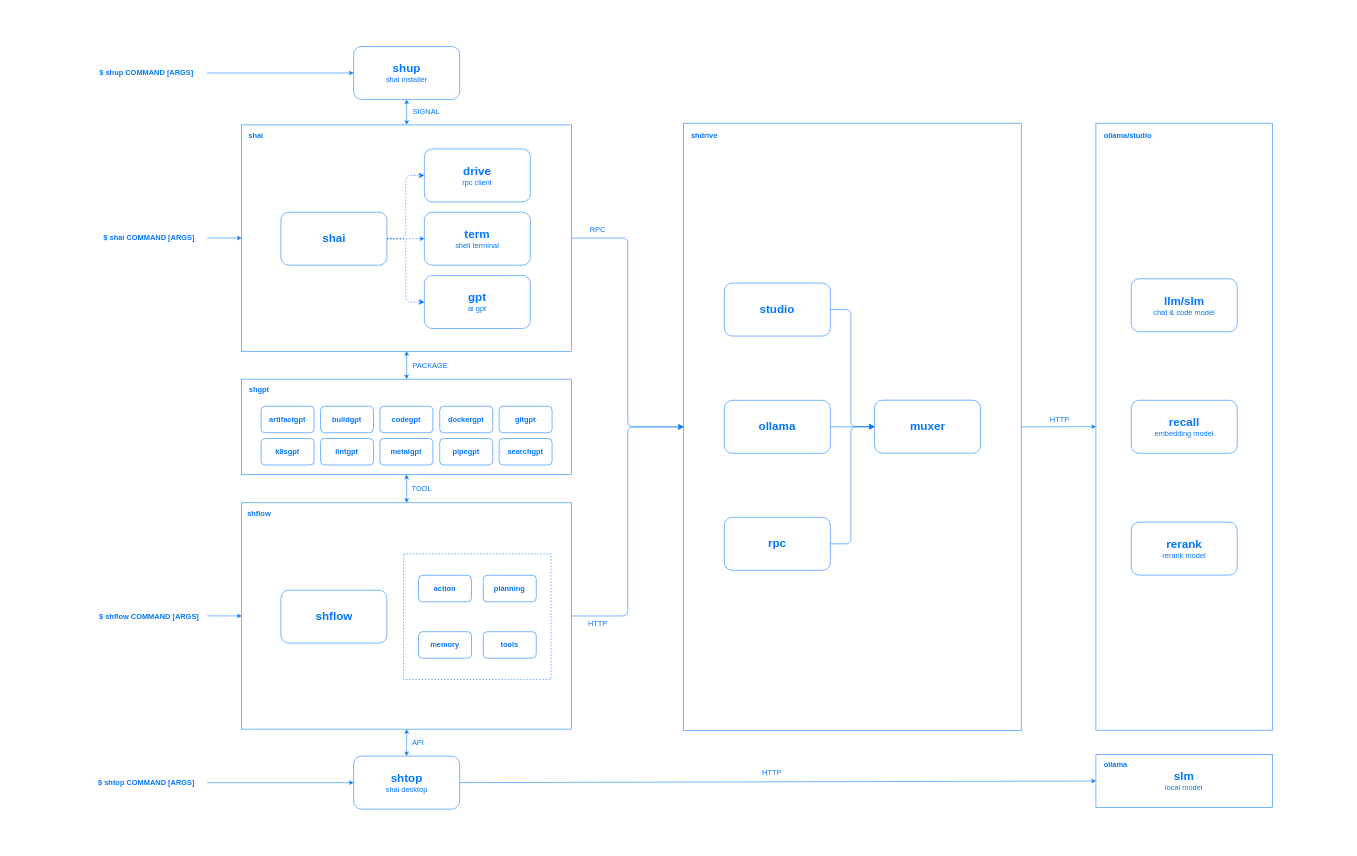
Earlier version of the draw.io diagram arch.drawio (ai-flowx/.github). Source tidied: cells renumbered, new cells numbered last; positions are measured from the earlier drawing's top-left corner, leaving out a move shared by most shapes. Both pictures are drawn from the tidied source at 53%, with x=0, y=0 at pixel (9, 8).
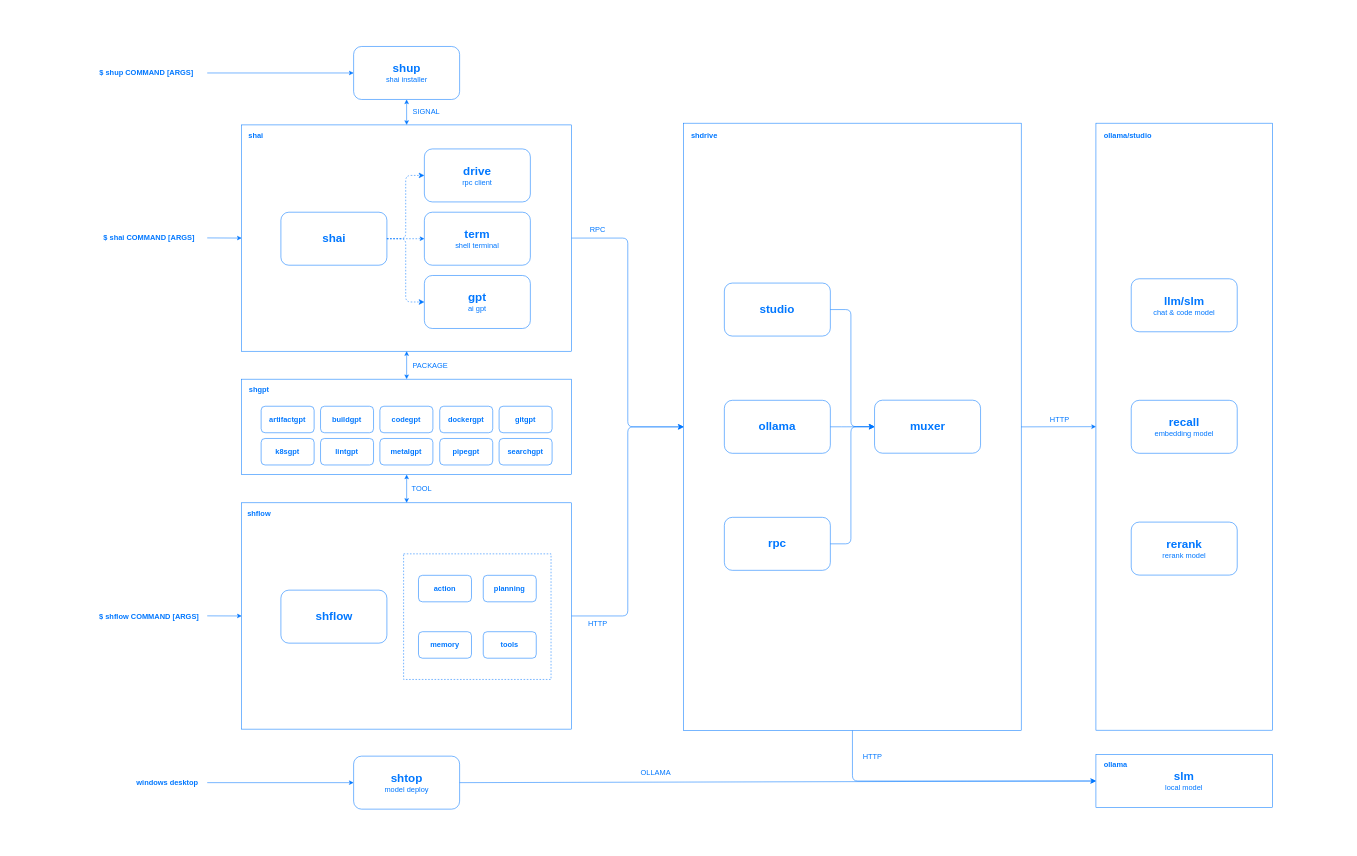
Above is the later version.

The change refers to these unchanged cells:
```xml
<mxCell id="3" style="rounded=0;whiteSpace=wrap;html=1;strokeColor=#0077FF;fontSize=14;fontColor=#0077FF;fillColor=none;" parent="1" vertex="1">
  <mxGeometry x="438.5" y="932.2" width="622.5" height="427" as="geometry" />
</mxCell>
<mxCell id="9" value="&lt;font color=&quot;#0077ff&quot; style=&quot;&quot;&gt;&lt;br&gt;&lt;/font&gt;" style="rounded=0;whiteSpace=wrap;html=1;strokeColor=#0077FF;fillColor=none;shadow=0;" parent="1" vertex="1">
  <mxGeometry x="1272.5" y="215.9" width="636.8" height="1146" as="geometry" />
</mxCell>
<mxCell id="67" value="&lt;span style=&quot;border-color: var(--border-color); color: rgb(0, 119, 255); font-weight: bold; font-size: 22px;&quot;&gt;slm&lt;/span&gt;&lt;br style=&quot;border-color: var(--border-color); color: rgb(0, 119, 255);&quot;&gt;&lt;font style=&quot;border-color: var(--border-color); color: rgb(0, 119, 255); font-size: 14px;&quot;&gt;local model&lt;/font&gt;&lt;font color=&quot;#0077ff&quot; style=&quot;&quot;&gt;&lt;br&gt;&lt;/font&gt;" style="rounded=0;whiteSpace=wrap;html=1;strokeColor=#0077FF;fillColor=none;shadow=0;" parent="1" vertex="1">
  <mxGeometry x="2050.3" y="1407.1" width="333.2" height="100" as="geometry" />
</mxCell>
```

What changed in the source:
```diff
@@
-    <mxCell id="62" value="$&amp;nbsp;shtop COMMAND [ARGS]" style="text;html=1;strokeColor=none;fillColor=none;align=center;verticalAlign=middle;whiteSpace=wrap;rounded=0;fontStyle=1;dashed=1;fontColor=#0077FF;fontSize=14;" parent="1" vertex="1">
-      <mxGeometry x="143.5" y="1437.7" width="230" height="45" as="geometry" />
+    <mxCell id="62" value="windows desktop" style="text;html=1;strokeColor=none;fillColor=none;align=center;verticalAlign=middle;whiteSpace=wrap;rounded=0;fontStyle=1;dashed=1;fontColor=#0077FF;fontSize=14;" parent="1" vertex="1">
+      <mxGeometry x="223" y="1437.7" width="150.5" height="45" as="geometry" />
     </mxCell>
-    <mxCell id="63" value="&lt;font color=&quot;#0077ff&quot; style=&quot;&quot;&gt;&lt;span style=&quot;font-weight: bold; font-size: 22px;&quot;&gt;shtop&lt;/span&gt;&lt;br&gt;&lt;font style=&quot;font-size: 14px;&quot;&gt;shai desktop&lt;/font&gt;&lt;br&gt;&lt;/font&gt;" style="rounded=1;whiteSpace=wrap;html=1;strokeColor=#0077FF;fillColor=none;shadow=0;" parent="1" vertex="1">
+    <mxCell id="63" value="&lt;font color=&quot;#0077ff&quot; style=&quot;&quot;&gt;&lt;span style=&quot;font-weight: bold; font-size: 22px;&quot;&gt;shtop&lt;/span&gt;&lt;br&gt;&lt;font style=&quot;font-size: 14px;&quot;&gt;model deploy&lt;/font&gt;&lt;br&gt;&lt;/font&gt;" style="rounded=1;whiteSpace=wrap;html=1;strokeColor=#0077FF;fillColor=none;shadow=0;" parent="1" vertex="1">
       <mxGeometry x="649.7" y="1410.2" width="200" height="100" as="geometry" />
     </mxCell>
@@
-    <mxCell id="65" style="endArrow=classic;startArrow=classic;html=1;rounded=1;strokeColor=#0077FF;entryX=0.5;entryY=0;entryDx=0;entryDy=0;exitX=0.5;exitY=1;exitDx=0;exitDy=0;" parent="1" edge="1" source="3" target="63">
-      <mxGeometry relative="1" as="geometry" />
-    </mxCell>
-    <mxCell id="66" value="&lt;span style=&quot;color: rgb(0, 119, 255); font-size: 14px;&quot;&gt;API&lt;/span&gt;" style="text;html=1;strokeColor=none;fillColor=none;align=center;verticalAlign=middle;whiteSpace=wrap;rounded=0;" parent="1" vertex="1">
-      <mxGeometry x="750.2" y="1369.1" width="42.8" height="30" as="geometry" />
-    </mxCell>
@@
-    <mxCell id="70" value="&lt;span style=&quot;color: rgb(0, 119, 255); font-size: 14px;&quot;&gt;HTTP&lt;/span&gt;" style="text;html=1;strokeColor=none;fillColor=none;align=center;verticalAlign=middle;whiteSpace=wrap;rounded=0;" parent="1" vertex="1">
-      <mxGeometry x="1402.4" y="1427.1" width="74" height="30" as="geometry" />
+    <mxCell id="70" value="&lt;span style=&quot;color: rgb(0, 119, 255); font-size: 14px;&quot;&gt;OLLAMA&lt;/span&gt;" style="text;html=1;strokeColor=none;fillColor=none;align=center;verticalAlign=middle;whiteSpace=wrap;rounded=0;" parent="1" vertex="1">
+      <mxGeometry x="1183" y="1427.1" width="74" height="30" as="geometry" />
     </mxCell>
@@
+    <mxCell id="74" style="edgeStyle=orthogonalEdgeStyle;endArrow=classic;html=1;rounded=1;endSize=8;startSize=8;exitX=0.5;exitY=1;exitDx=0;exitDy=0;entryX=0;entryY=0.5;entryDx=0;entryDy=0;strokeColor=#0077FF;" parent="1" edge="1" source="9" target="67">
+      <mxGeometry relative="1" as="geometry" />
+    </mxCell>
+    <mxCell id="75" value="&lt;span style=&quot;color: rgb(0, 119, 255); font-size: 14px;&quot;&gt;HTTP&lt;/span&gt;" style="text;html=1;strokeColor=none;fillColor=none;align=center;verticalAlign=middle;whiteSpace=wrap;rounded=0;" parent="1" vertex="1">
+      <mxGeometry x="1592" y="1397.1" width="74" height="30" as="geometry" />
+    </mxCell>
```
